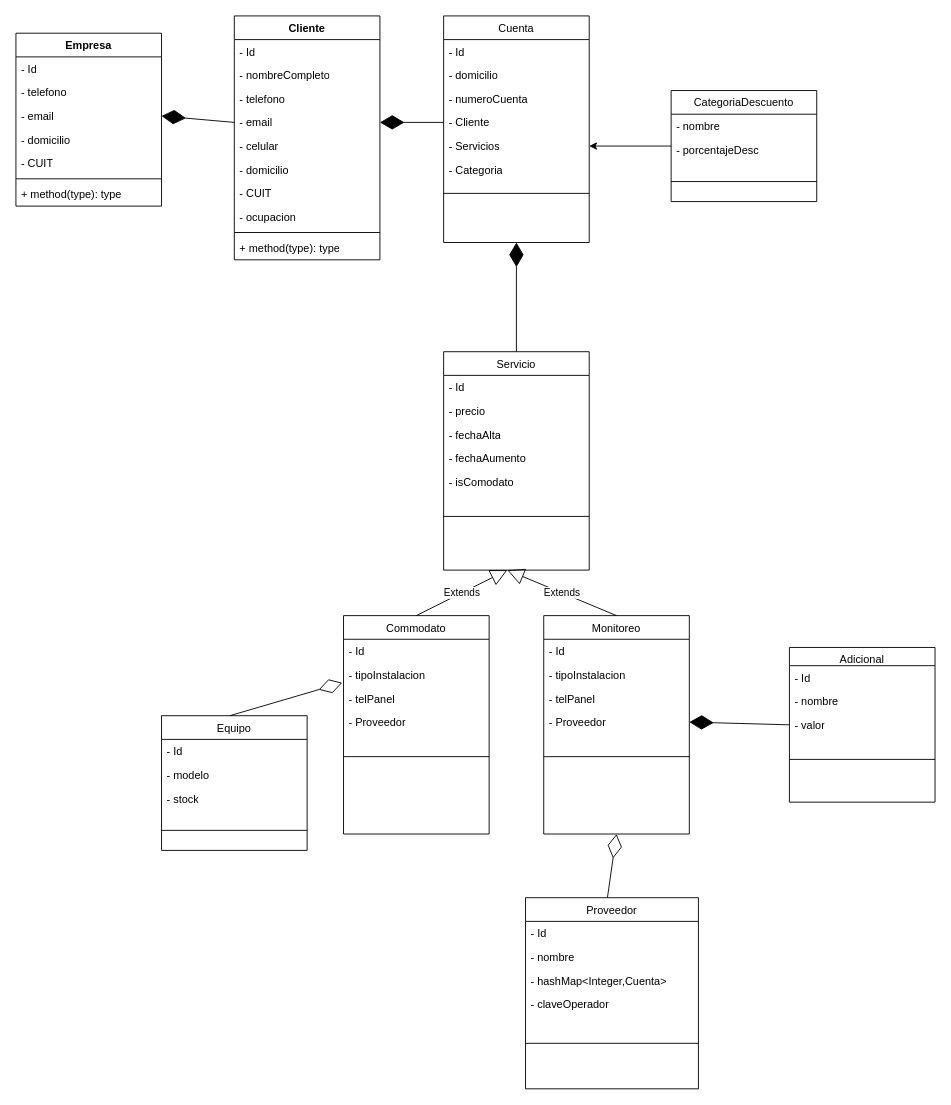
Earlier version of the draw.io diagram UML/uml.drawio (JuanDuhalde12/TpFinalLabo3). Source tidied: cells renumbered, new cells numbered last; positions are measured from the earlier drawing's top-left corner, leaving out a move shared by most shapes. Both pictures are drawn from the tidied source at 91%, with x=0, y=0 at pixel (15, 15).
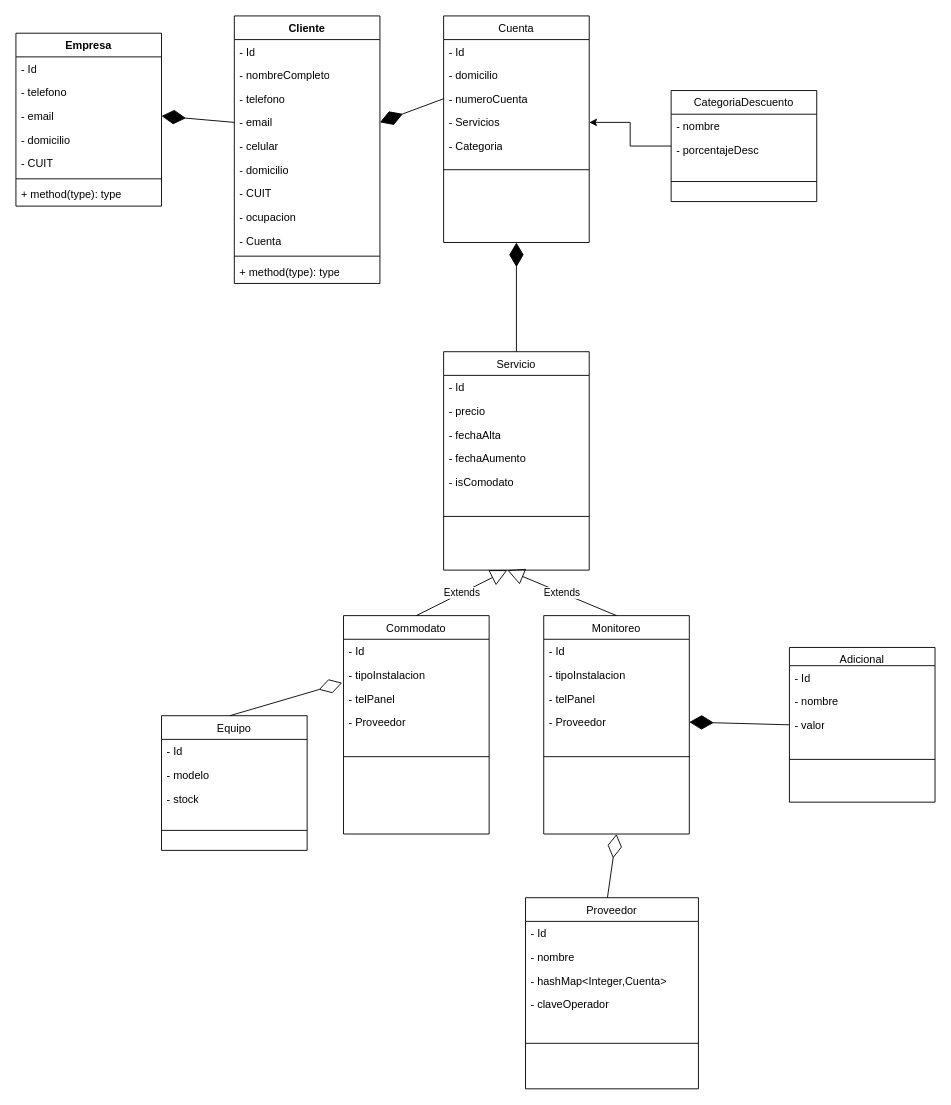
The same page after the edit.

Commit message (it also covers changes not shown here):
cambiando uml y agregando cuenta a cliente con su respectiva lista

Unchanged cells that the change refers to:
```xml
<mxCell id="2" value="Cuenta" style="swimlane;fontStyle=0;align=center;verticalAlign=top;horizontal=1;startSize=26;rounded=0;shadow=0;strokeWidth=1;" parent="1" vertex="1">
  <mxGeometry x="470" width="160" height="249" as="geometry" />
</mxCell>
<mxCell id="5" value="- numeroCuenta" style="text;strokeColor=none;fillColor=none;align=left;verticalAlign=top;spacingLeft=4;spacingRight=4;overflow=hidden;points=[[0,0.5],[1,0.5]];portConstraint=eastwest;whiteSpace=wrap;html=1;" parent="2" vertex="1">
  <mxGeometry y="78" width="160" height="26" as="geometry" />
</mxCell>
<mxCell id="41" value="- email" style="text;strokeColor=none;fillColor=none;align=left;verticalAlign=top;spacingLeft=4;spacingRight=4;overflow=hidden;points=[[0,0.5],[1,0.5]];portConstraint=eastwest;whiteSpace=wrap;html=1;" parent="37" vertex="1">
  <mxGeometry y="104" width="160" height="26" as="geometry" />
</mxCell>
```

What changed in the source:
```diff
@@
-    <mxCell id="6" value="- Cliente&amp;nbsp;" style="text;strokeColor=none;fillColor=none;align=left;verticalAlign=top;spacingLeft=4;spacingRight=4;overflow=hidden;points=[[0,0.5],[1,0.5]];portConstraint=eastwest;whiteSpace=wrap;html=1;" parent="2" vertex="1">
-      <mxGeometry y="104" width="160" height="26" as="geometry" />
-    </mxCell>
     <mxCell id="7" value="- Servicios" style="text;strokeColor=none;fillColor=none;align=left;verticalAlign=top;spacingLeft=4;spacingRight=4;overflow=hidden;points=[[0,0.5],[1,0.5]];portConstraint=eastwest;whiteSpace=wrap;html=1;" parent="2" vertex="1">
-      <mxGeometry y="130" width="160" height="26" as="geometry" />
+      <mxGeometry y="104" width="160" height="26" as="geometry" />
     </mxCell>
     <mxCell id="8" value="- Categoria" style="text;strokeColor=none;fillColor=none;align=left;verticalAlign=top;spacingLeft=4;spacingRight=4;overflow=hidden;whiteSpace=wrap;html=1;" parent="2" vertex="1">
-      <mxGeometry y="156" width="160" height="26" as="geometry" />
+      <mxGeometry y="130" width="160" height="26" as="geometry" />
     </mxCell>
     <mxCell id="9" style="line;html=1;strokeWidth=1;align=left;verticalAlign=middle;spacingTop=-1;spacingLeft=3;spacingRight=3;labelPosition=right;" parent="2" vertex="1">
-      <mxGeometry y="182" width="160" height="26" as="geometry" />
+      <mxGeometry y="156" width="160" height="26" as="geometry" />
     </mxCell>
@@
     <mxCell id="37" value="Cliente" style="swimlane;fontStyle=1;align=center;verticalAlign=top;horizontal=1;startSize=26;whiteSpace=wrap;html=1;" parent="1" vertex="1">
-      <mxGeometry x="240" width="160" height="268" as="geometry" />
+      <mxGeometry x="240" width="160" height="294" as="geometry" />
     </mxCell>
@@
+    <mxCell id="6" value="- Cuenta" style="text;strokeColor=none;fillColor=none;align=left;verticalAlign=top;spacingLeft=4;spacingRight=4;overflow=hidden;points=[[0,0.5],[1,0.5]];portConstraint=eastwest;whiteSpace=wrap;html=1;" parent="37" vertex="1">
+      <mxGeometry y="234" width="160" height="26" as="geometry" />
+    </mxCell>
     <mxCell id="46" style="line;strokeWidth=1;fillColor=none;align=left;verticalAlign=middle;spacingTop=-1;spacingLeft=3;spacingRight=3;labelPosition=right;strokeColor=inherit;" parent="37" vertex="1">
-      <mxGeometry y="234" width="160" height="8" as="geometry" />
+      <mxGeometry y="260" width="160" height="8" as="geometry" />
     </mxCell>
     <mxCell id="47" value="+ method(type): type" style="text;strokeColor=none;fillColor=none;align=left;verticalAlign=top;spacingLeft=4;spacingRight=4;overflow=hidden;whiteSpace=wrap;html=1;" parent="37" vertex="1">
-      <mxGeometry y="242" width="160" height="26" as="geometry" />
+      <mxGeometry y="268" width="160" height="26" as="geometry" />
     </mxCell>
@@
-    <mxCell id="75" style="endArrow=diamondThin;endFill=1;endSize=24;html=1;rounded=0;entryX=1;entryY=0.5;entryDx=0;entryDy=0;exitX=0;exitY=0.5;exitDx=0;exitDy=0;" parent="1" edge="1" source="6" target="41">
+    <mxCell id="75" style="endArrow=diamondThin;endFill=1;endSize=24;html=1;rounded=0;entryX=1;entryY=0.5;entryDx=0;entryDy=0;exitX=0;exitY=0.5;exitDx=0;exitDy=0;" parent="1" edge="1" source="5" target="41">
       <mxGeometry relative="1" as="geometry" />
     </mxCell>
```
